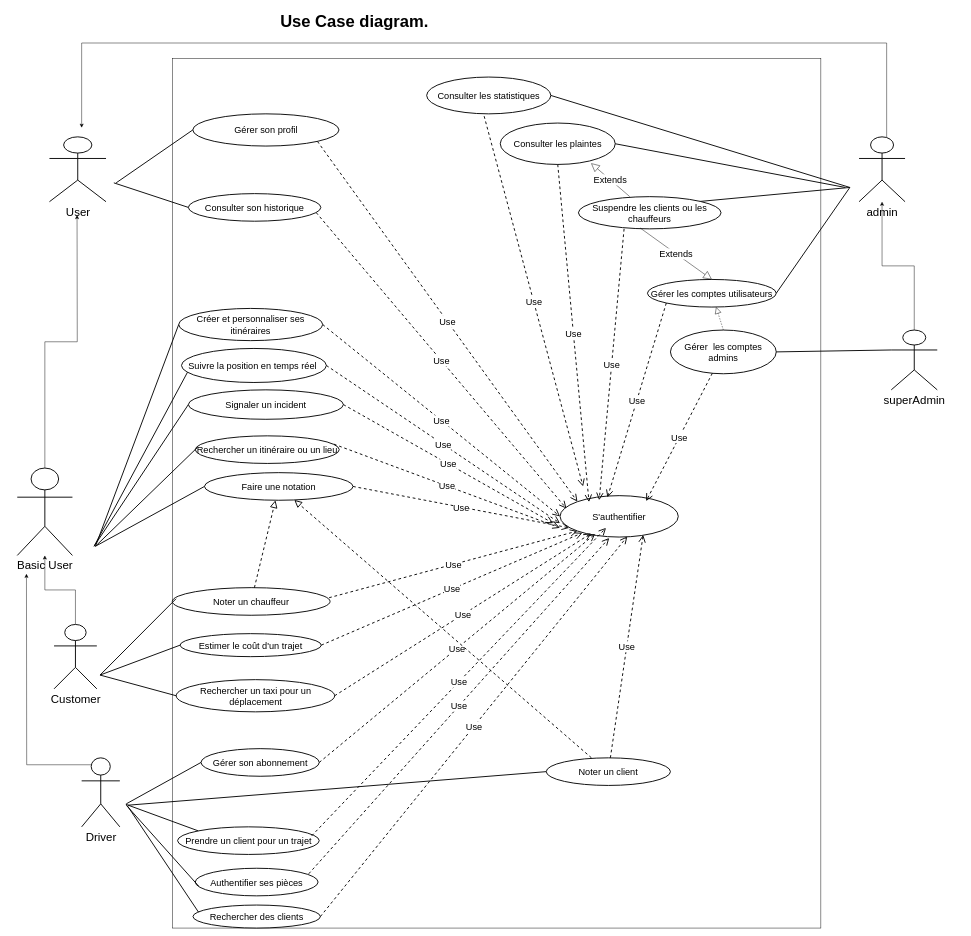
Earlier version of the draw.io diagram page "Use case Diagram" (3 of 7) of modeling/Untitled Diagram.drawio (NOMO-Gabriel/RideAndGo). Source tidied: cells renumbered, new cells numbered last; positions are measured from the earlier drawing's top-left corner, leaving out a move shared by most shapes. Both pictures are drawn from the tidied source at 46%, with x=0, y=0 at pixel (17, 8).
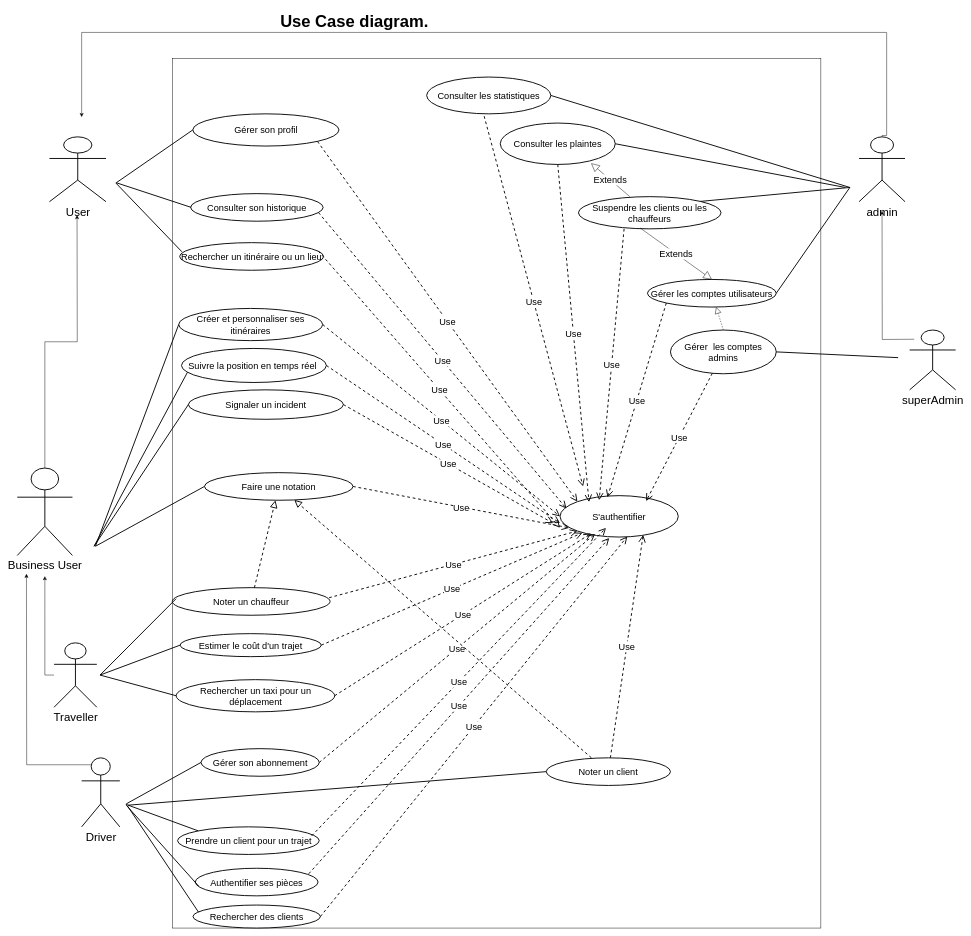
The same page after the edit.

Unchanged cells that the change refers to:
```xml
<mxCell id="7" value="&lt;font style=&quot;font-size: 25px;&quot;&gt;admin&lt;/font&gt;" style="shape=umlActor;verticalLabelPosition=bottom;verticalAlign=top;html=1;outlineConnect=0;strokeWidth=2;fontSize=25;" parent="1" vertex="1">
  <mxGeometry x="1830" y="280" width="100" height="141" as="geometry" />
</mxCell>
<mxCell id="10" value="&lt;font style=&quot;font-size: 20px;&quot;&gt;Gérer&amp;nbsp; les comptes admins&lt;/font&gt;" style="ellipse;whiteSpace=wrap;html=1;strokeWidth=2;fontSize=20;" parent="1" vertex="1">
  <mxGeometry x="1420" y="700" width="230" height="95" as="geometry" />
</mxCell>
```

Change to the diagram source:
```diff
@@
-    <mxCell id="4" style="edgeStyle=orthogonalEdgeStyle;rounded=0;jettySize=auto;html=1;" parent="1" edge="1" source="5" target="7">
-      <mxGeometry relative="1" as="geometry" />
+    <mxCell id="4" style="edgeStyle=orthogonalEdgeStyle;rounded=0;orthogonalLoop=1;jettySize=auto;html=1;" parent="1" edge="1">
+      <mxGeometry relative="1" as="geometry">
+        <mxPoint x="1950" y="720" as="sourcePoint" />
+        <mxPoint x="1880" y="441" as="targetPoint" />
+      </mxGeometry>
     </mxCell>
     <mxCell id="5" value="&lt;font style=&quot;font-size: 25px;&quot;&gt;superAdmin&lt;/font&gt;" style="shape=umlActor;verticalLabelPosition=bottom;verticalAlign=top;html=1;outlineConnect=0;strokeWidth=2;fontSize=25;" parent="1" vertex="1">
-      <mxGeometry x="1900" y="700" width="100" height="130" as="geometry" />
+      <mxGeometry x="1940" y="700" width="100" height="130" as="geometry" />
     </mxCell>
-    <mxCell id="6" style="edgeStyle=orthogonalEdgeStyle;rounded=0;jettySize=auto;html=1;exitX=0.5;exitY=0;exitDx=0;exitDy=0;exitPerimeter=0;" parent="1" edge="1" source="7">
+    <mxCell id="6" style="edgeStyle=orthogonalEdgeStyle;rounded=0;orthogonalLoop=1;jettySize=auto;html=1;" parent="1" edge="1">
       <mxGeometry relative="1" as="geometry">
-        <mxPoint x="140" y="260" as="targetPoint" />
+        <mxPoint x="1890" y="285" as="sourcePoint" />
+        <mxPoint x="140" y="237" as="targetPoint" />
         <Array as="points">
-          <mxPoint x="1880" y="300" />
-          <mxPoint x="1890" y="300" />
-          <mxPoint x="1890" y="76" />
-          <mxPoint x="140" y="76" />
+          <mxPoint x="1880" y="277" />
+          <mxPoint x="1890" y="277" />
+          <mxPoint x="1890" y="53" />
+          <mxPoint x="140" y="53" />
         </Array>
       </mxGeometry>
     </mxCell>
@@
     <mxCell id="13" value="&lt;span style=&quot;font-size: 20px;&quot;&gt;Consulter son historique&lt;/span&gt;" style="ellipse;whiteSpace=wrap;html=1;strokeWidth=2;fontSize=20;" parent="1" vertex="1">
-      <mxGeometry x="372" y="403.4" width="288" height="60" as="geometry" />
+      <mxGeometry x="377" y="403.4" width="288" height="60" as="geometry" />
     </mxCell>
@@
-    <mxCell id="30" style="endArrow=none;html=1;rounded=0;entryX=1;entryY=0.5;entryDx=0;entryDy=0;strokeWidth=2;fontSize=20;exitX=0;exitY=0.3333333333333333;exitDx=0;exitDy=0;exitPerimeter=0;" parent="1" edge="1" source="5" target="10">
-      <mxGeometry relative="1" as="geometry" />
+    <mxCell id="30" style="endArrow=none;html=1;rounded=0;entryX=1;entryY=0.5;entryDx=0;entryDy=0;strokeWidth=2;fontSize=20;" parent="1" edge="1" target="10">
+      <mxGeometry relative="1" as="geometry">
+        <mxPoint x="1915" y="760" as="sourcePoint" />
+      </mxGeometry>
     </mxCell>
@@
-    <mxCell id="32" style="endArrow=none;html=1;rounded=0;entryX=0;entryY=0.5;entryDx=0;entryDy=0;strokeWidth=2;fontSize=20;" parent="1" edge="1" target="13">
+    <mxCell id="32" style="endArrow=none;html=1;rounded=0;entryX=0;entryY=0.5;entryDx=0;entryDy=0;strokeWidth=2;fontSize=20;" parent="1" edge="1">
       <mxGeometry relative="1" as="geometry">
-        <mxPoint x="210" y="380" as="sourcePoint" />
+        <mxPoint x="216" y="380" as="sourcePoint" />
+        <mxPoint x="378" y="433.3" as="targetPoint" />
       </mxGeometry>
     </mxCell>
@@
-    <mxCell id="34" value="&lt;font style=&quot;font-size: 25px;&quot;&gt;Basic User&lt;/font&gt;" style="shape=umlActor;verticalLabelPosition=bottom;verticalAlign=top;html=1;outlineConnect=0;strokeWidth=2;fontSize=12;" parent="1" vertex="1">
+    <mxCell id="34" value="&lt;span style=&quot;font-size: 25px;&quot;&gt;Business User&lt;/span&gt;" style="shape=umlActor;verticalLabelPosition=bottom;verticalAlign=top;html=1;outlineConnect=0;strokeWidth=2;fontSize=12;" parent="1" vertex="1">
       <mxGeometry y="1000" width="120" height="190" as="geometry" />
     </mxCell>
-    <mxCell id="35" style="edgeStyle=orthogonalEdgeStyle;rounded=0;jettySize=auto;html=1;" parent="1" edge="1" source="36" target="34">
-      <mxGeometry relative="1" as="geometry" />
+    <mxCell id="35" style="edgeStyle=orthogonalEdgeStyle;rounded=0;jettySize=auto;html=1;" parent="1" edge="1" source="36">
+      <mxGeometry relative="1" as="geometry">
+        <mxPoint x="60" y="1235" as="targetPoint" />
+      </mxGeometry>
     </mxCell>
-    <mxCell id="36" value="&lt;font style=&quot;font-size: 25px;&quot;&gt;Customer&lt;/font&gt;" style="shape=umlActor;verticalLabelPosition=bottom;verticalAlign=top;html=1;outlineConnect=0;strokeWidth=2;fontSize=12;" parent="1" vertex="1">
-      <mxGeometry x="80" y="1340" width="93" height="140" as="geometry" />
+    <mxCell id="36" value="&lt;span style=&quot;font-size: 25px;&quot;&gt;Traveller&lt;/span&gt;" style="shape=umlActor;verticalLabelPosition=bottom;verticalAlign=top;html=1;outlineConnect=0;strokeWidth=2;fontSize=12;" parent="1" vertex="1">
+      <mxGeometry x="80" y="1380" width="93" height="140" as="geometry" />
     </mxCell>
     <mxCell id="37" value="&lt;span style=&quot;font-size: 20px;&quot;&gt;Rechercher un itinéraire ou un lieu&lt;/span&gt;" style="ellipse;whiteSpace=wrap;html=1;strokeWidth=2;fontSize=20;" parent="1" vertex="1">
-      <mxGeometry x="387" y="930" width="313" height="60" as="geometry" />
+      <mxGeometry x="353" y="510" width="313" height="60" as="geometry" />
     </mxCell>
@@
-    <mxCell id="40" style="endArrow=none;html=1;rounded=0;entryX=0.016;entryY=0.415;entryDx=0;entryDy=0;entryPerimeter=0;strokeWidth=2;fontSize=20;" parent="1" edge="1" target="37">
+    <mxCell id="40" style="endArrow=none;html=1;rounded=0;entryX=0.016;entryY=0.415;entryDx=0;entryDy=0;entryPerimeter=0;strokeWidth=2;fontSize=20;" parent="1" edge="1">
       <mxGeometry relative="1" as="geometry">
-        <mxPoint x="170" y="1170" as="sourcePoint" />
+        <mxPoint x="214" y="380" as="sourcePoint" />
+        <mxPoint x="358" y="529.9" as="targetPoint" />
       </mxGeometry>
     </mxCell>
```
